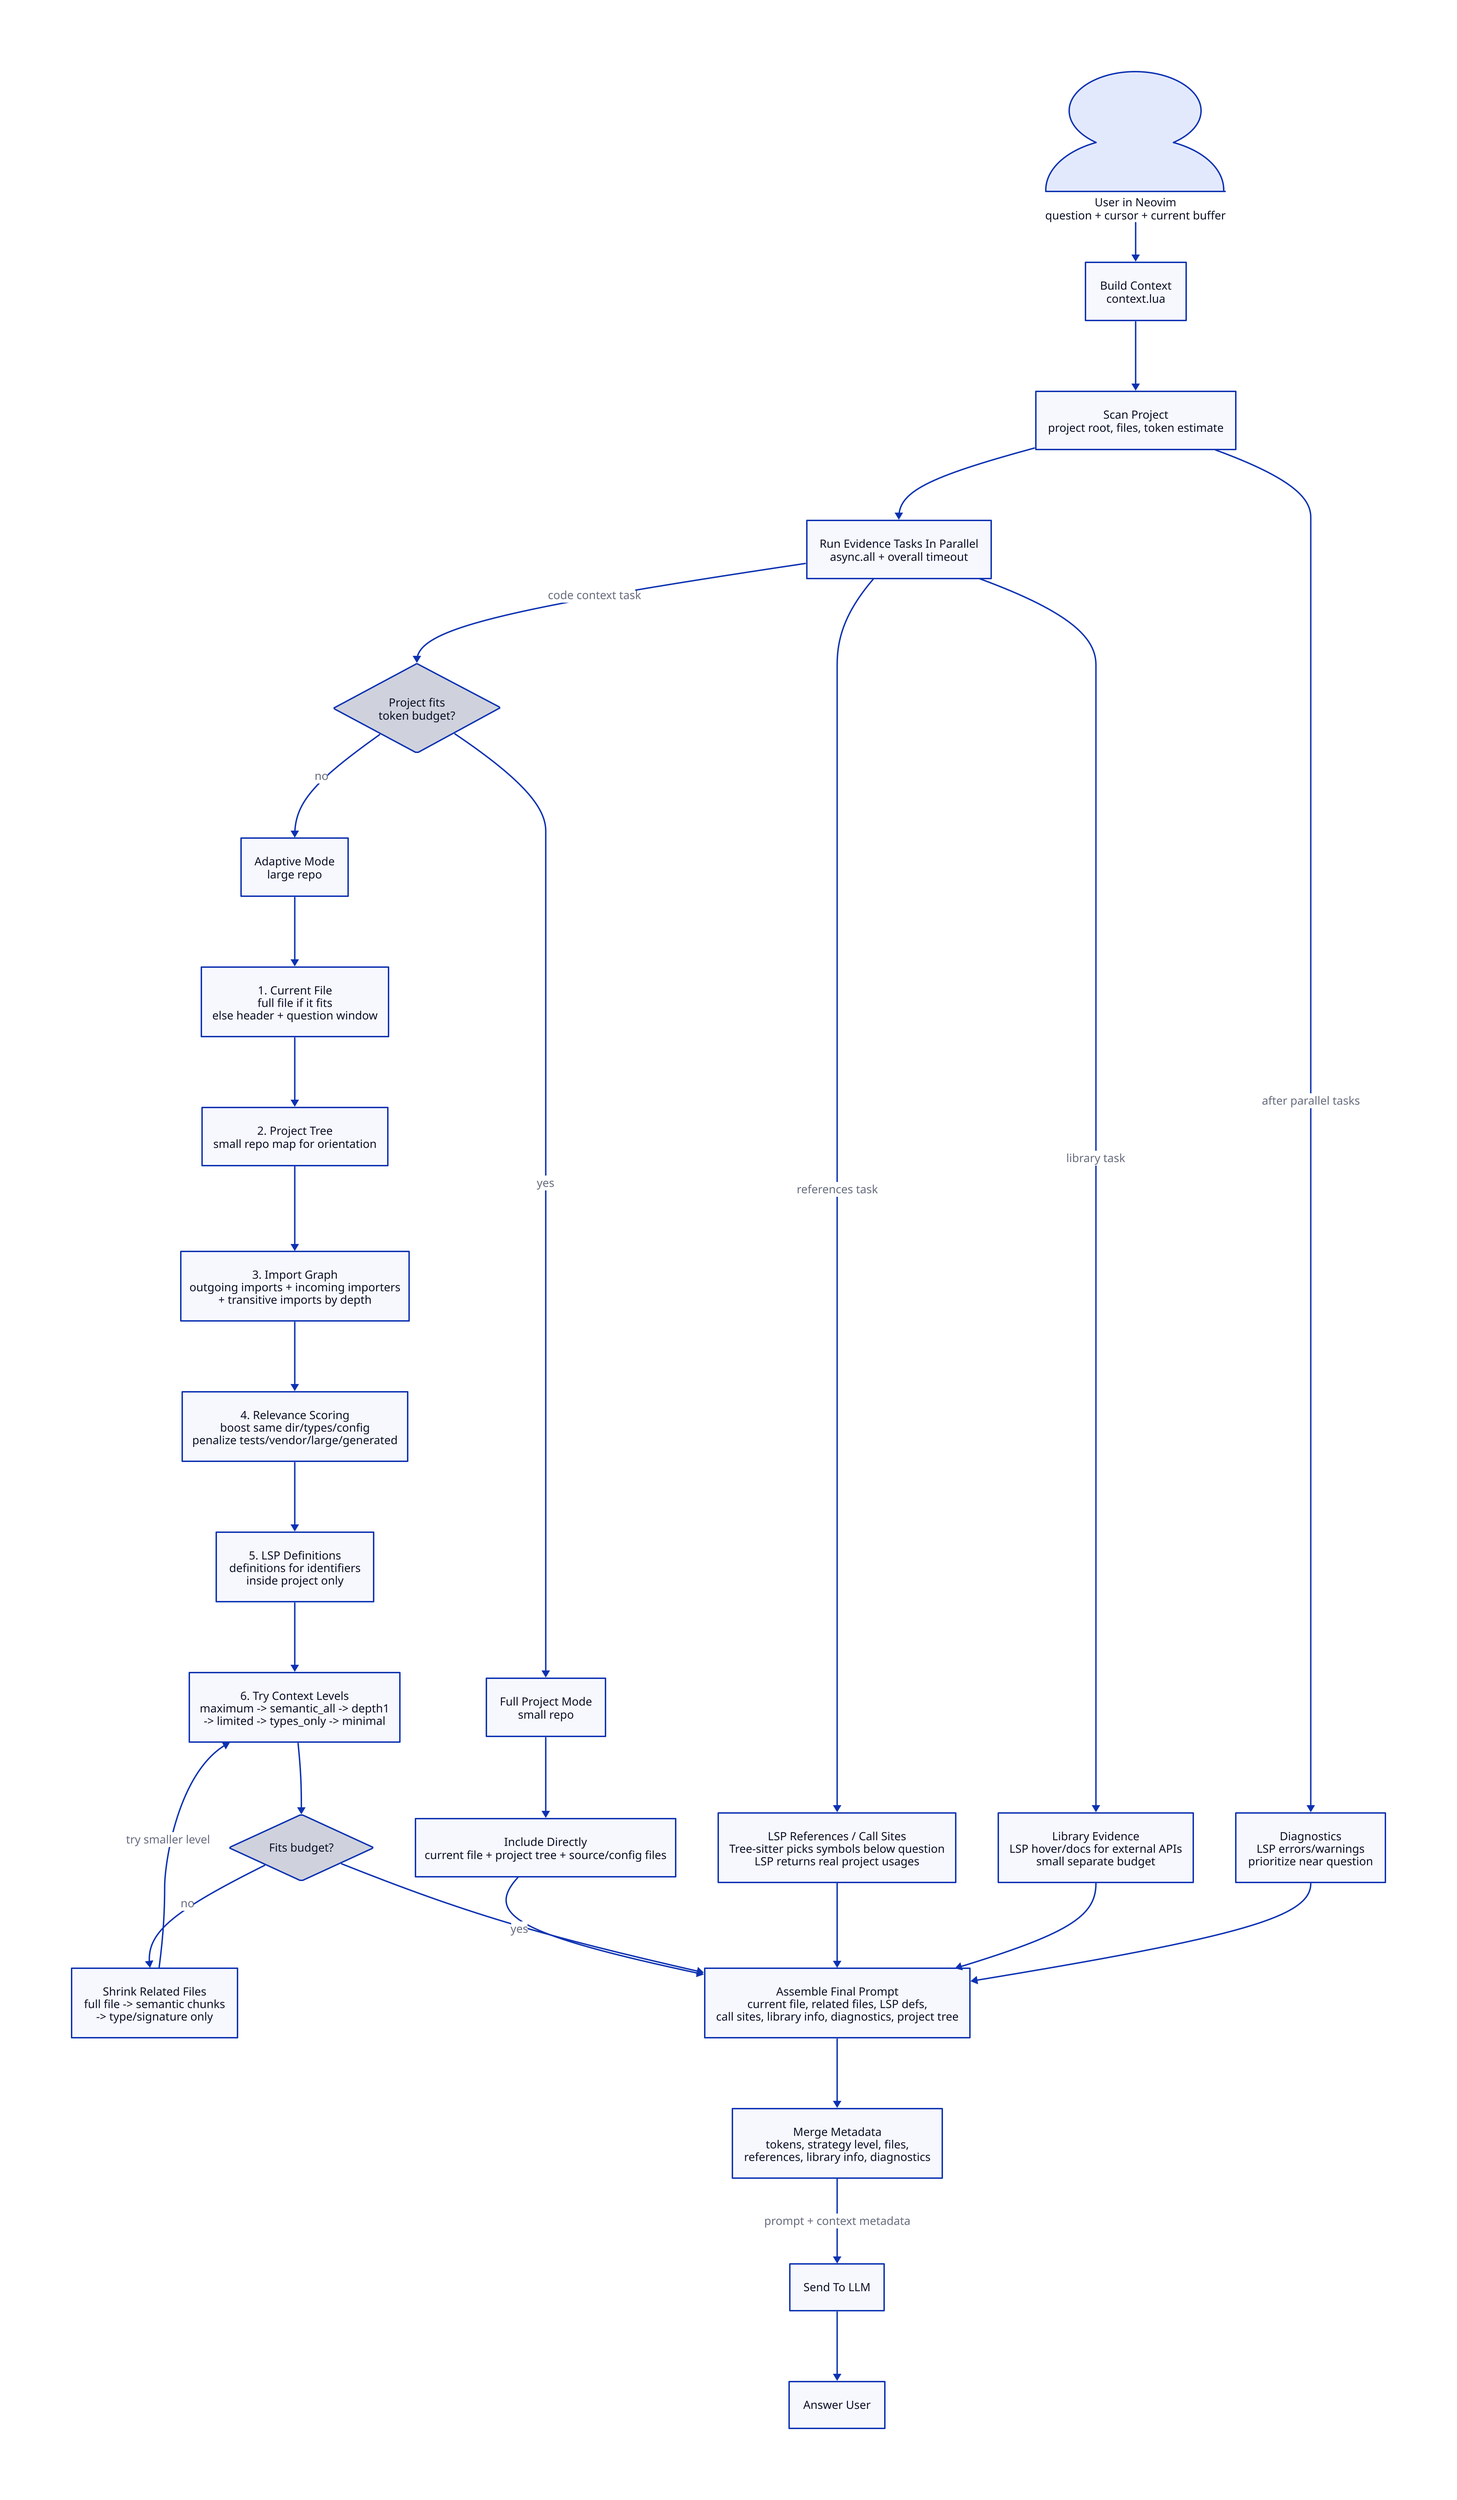
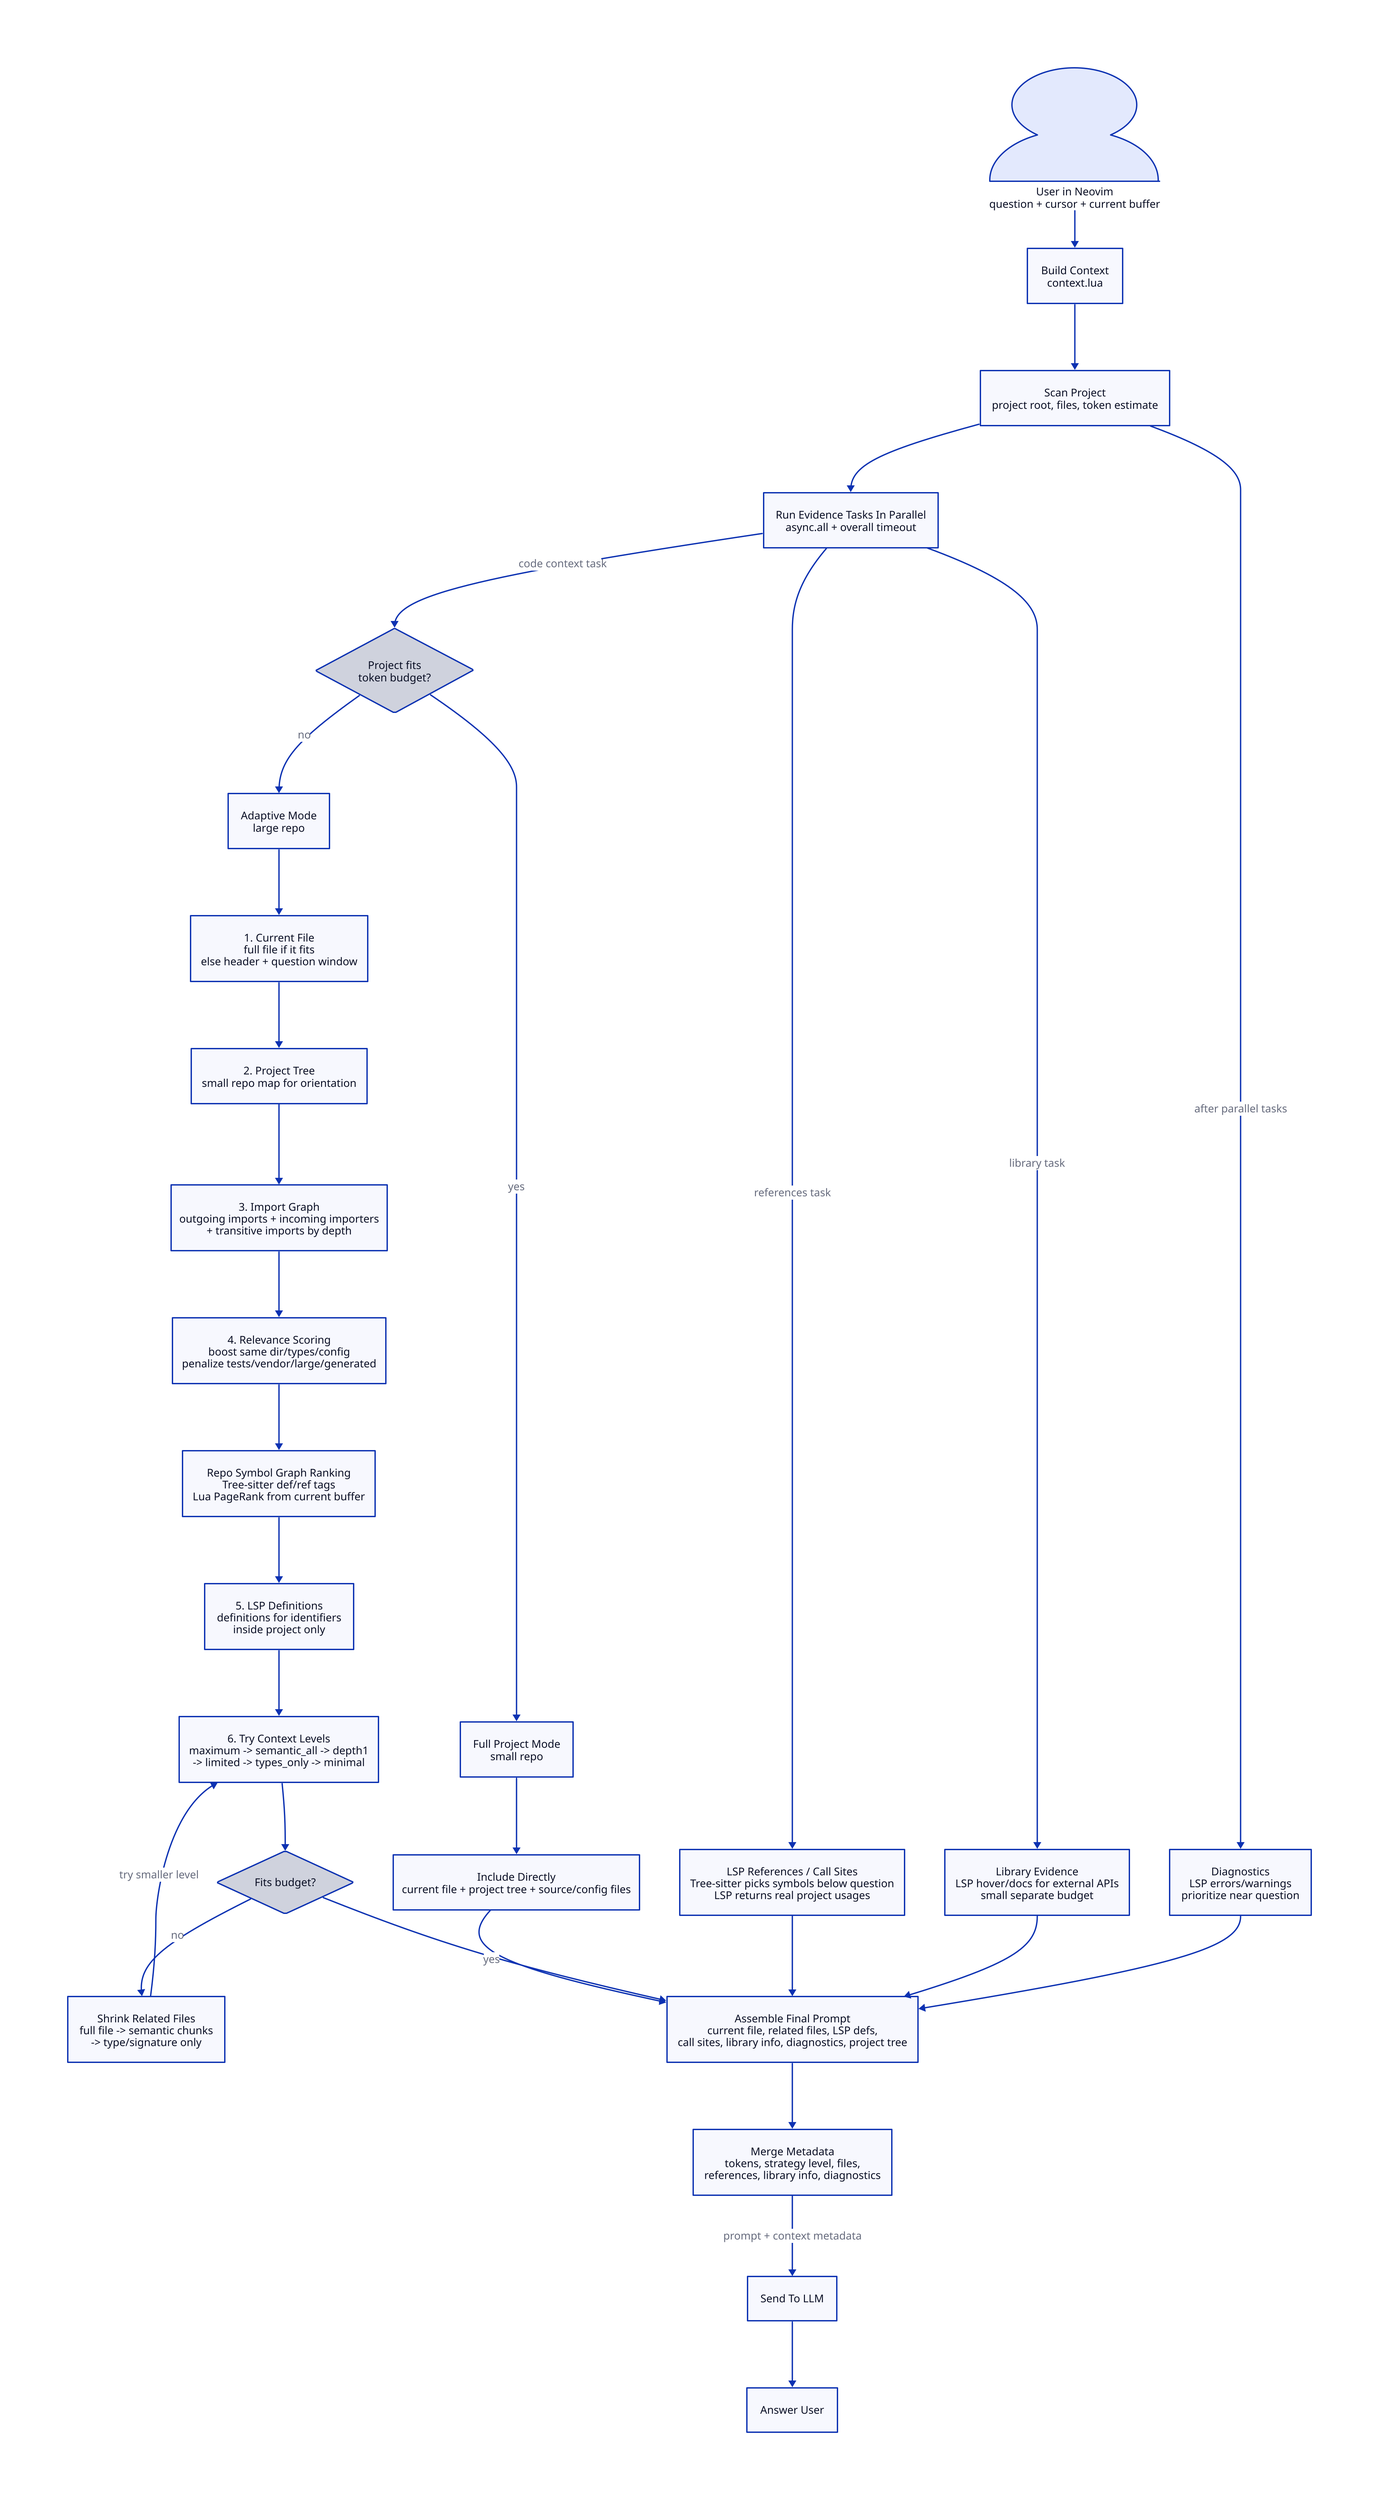
direction: down

User: {
  shape: person
  label: "User in Neovim\nquestion + cursor + current buffer"
}

Entry: "Build Context\ncontext.lua"

Scan: {
  label: "Scan Project\nproject root, files, token estimate"
}

Parallel: {
  shape: rectangle
  label: "Run Evidence Tasks In Parallel\nasync.all + overall timeout"
}

Mode: {
  shape: diamond
  label: "Project fits\ntoken budget?"
}

Full: {
  label: "Full Project Mode\nsmall repo"
  shape: rectangle
}

Adaptive: {
  label: "Adaptive Mode\nlarge repo"
  shape: rectangle
}

FullContext: {
  label: "Include Directly\ncurrent file + project tree + source/config files"
}

CurrentFile: {
  label: "1. Current File\nfull file if it fits\nelse header + question window"
}

Tree: {
  label: "2. Project Tree\nsmall repo map for orientation"
}

Imports: {
  label: "3. Import Graph\noutgoing imports + incoming importers\n+ transitive imports by depth"
}

Score: {
  label: "4. Relevance Scoring\nboost same dir/types/config\npenalize tests/vendor/large/generated"
+ }
+ 
+ RepoRank: {
+   label: "Repo Symbol Graph Ranking\nTree-sitter def/ref tags\nLua PageRank from current buffer"
}

LSPDefs: {
  label: "5. LSP Definitions\ndefinitions for identifiers\ninside project only"
}

Strategy: {
  label: "6. Try Context Levels\nmaximum -> semantic_all -> depth1\n-> limited -> types_only -> minimal"
}

Shrink: {
  shape: diamond
  label: "Fits budget?"
}

Chunking: {
  label: "Shrink Related Files\nfull file -> semantic chunks\n-> type/signature only"
}

Library: {
  label: "Library Evidence\nLSP hover/docs for external APIs\nsmall separate budget"
}

References: {
  label: "LSP References / Call Sites\nTree-sitter picks symbols below question\nLSP returns real project usages"
}

Diagnostics: {
  label: "Diagnostics\nLSP errors/warnings\nprioritize near question"
}

Assemble: {
  label: "Assemble Final Prompt\ncurrent file, related files, LSP defs,\ncall sites, library info, diagnostics, project tree"
}

Metadata: {
  label: "Merge Metadata\ntokens, strategy level, files,\nreferences, library info, diagnostics"
}

LLM: "Send To LLM"
Answer: "Answer User"

User -> Entry
Entry -> Scan
Scan -> Parallel
Parallel -> Mode: "code context task"

Mode -> Full: "yes"
Mode -> Adaptive: "no"

Full -> FullContext
FullContext -> Assemble

Adaptive -> CurrentFile
CurrentFile -> Tree
Tree -> Imports
Imports -> Score
- Score -> LSPDefs
+ Score -> RepoRank
+ RepoRank -> LSPDefs
LSPDefs -> Strategy
Strategy -> Shrink
Shrink -> Assemble: "yes"
Shrink -> Chunking: "no"
Chunking -> Strategy: "try smaller level"

Parallel -> References: "references task"
Parallel -> Library: "library task"
Scan -> Diagnostics: "after parallel tasks"

References -> Assemble
Library -> Assemble
Diagnostics -> Assemble

Assemble -> Metadata
Metadata -> LLM: "prompt + context metadata"
LLM -> Answer
